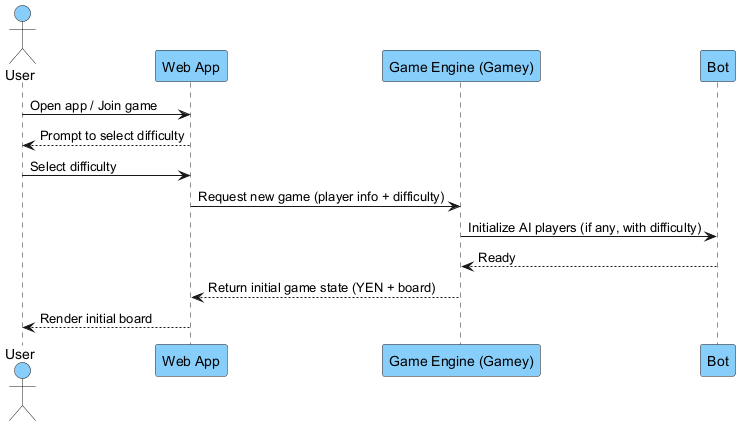
Arquisoft/yovi_es3b keeps this PlantUML diagram as images/Game Initialization Sequence with Difficulty.png. Above is the earlier version. Its diagram source:
```plantuml
@startuml
actor User #87CEFA
participant "Web App" as Web #87CEFA
participant "Game Engine (Gamey)" as Gamey #87CEFA
participant "Bot" #87CEFA

User -> Web: Open app / Join game
Web --> User: Prompt to select difficulty
User -> Web: Select difficulty
Web -> Gamey: Request new game (player info + difficulty)
Gamey -> Bot: Initialize AI players (if any, with difficulty)
Bot --> Gamey: Ready
Gamey --> Web: Return initial game state (YEN + board)
Web --> User: Render initial board
@enduml
```
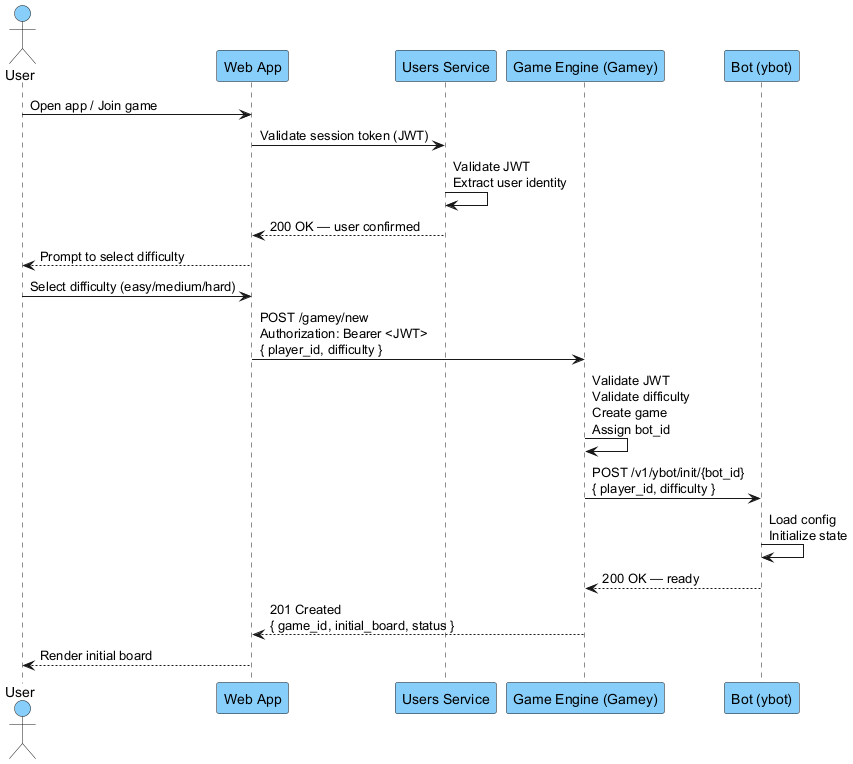
Above is the later version.

The edit, as a diff of the source:
```diff
@@ -1,15 +1,29 @@
 @startuml
 actor User #87CEFA
 participant "Web App" as Web #87CEFA
+participant "Users Service" as Users #87CEFA
 participant "Game Engine (Gamey)" as Gamey #87CEFA
-participant "Bot" #87CEFA
+participant "Bot (ybot)" as Bot #87CEFA
 
 User -> Web: Open app / Join game
+
+Web -> Users: Validate session token (JWT)
+Users -> Users: Validate JWT\nExtract user identity
+Users --> Web: 200 OK — user confirmed
+
 Web --> User: Prompt to select difficulty
-User -> Web: Select difficulty
-Web -> Gamey: Request new game (player info + difficulty)
-Gamey -> Bot: Initialize AI players (if any, with difficulty)
-Bot --> Gamey: Ready
-Gamey --> Web: Return initial game state (YEN + board)
+User -> Web: Select difficulty (easy/medium/hard)
+
+Web -> Gamey: POST /gamey/new\nAuthorization: Bearer <JWT>\n{ player_id, difficulty }
+
+Gamey -> Gamey: Validate JWT\nValidate difficulty\nCreate game\nAssign bot_id
+
+Gamey -> Bot: POST /v1/ybot/init/{bot_id}\n{ player_id, difficulty }
+
+Bot -> Bot: Load config\nInitialize state
+Bot --> Gamey: 200 OK — ready
+
+Gamey --> Web: 201 Created\n{ game_id, initial_board, status }
+
 Web --> User: Render initial board
 @enduml
```
